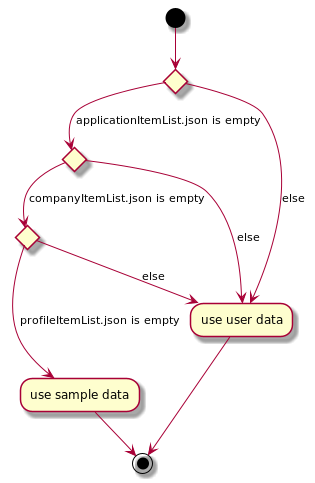
Before: docs/images/SampleDataActivityDiagram.png, a diagram exported from PlantUML (shawn-nyk/tp).
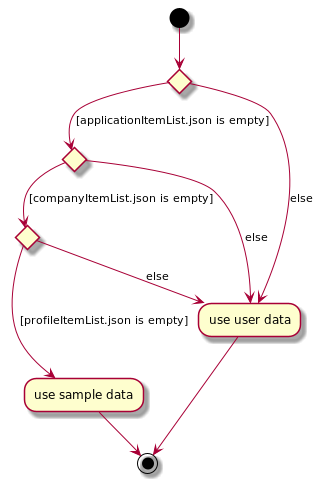
The same file after the commit.

Commit message:
Add square brackets

Change to the diagram source:
```diff
@@ -1,8 +1,8 @@
 @startuml
 (*)  --> If "" then
-    [applicationItemList.json is empty] If "" then
-        [companyItemList.json is empty] If "" then
-        ---> [profileItemList.json is empty] "use sample data"
+    [[applicationItemList.json is empty&#93;] If "" then
+        [[companyItemList.json is empty&#93;] If "" then
+        ---> [[profileItemList.json is empty&#93;] "use sample data"
         -->(*)
         else
         --> [else] "use user data"
```
